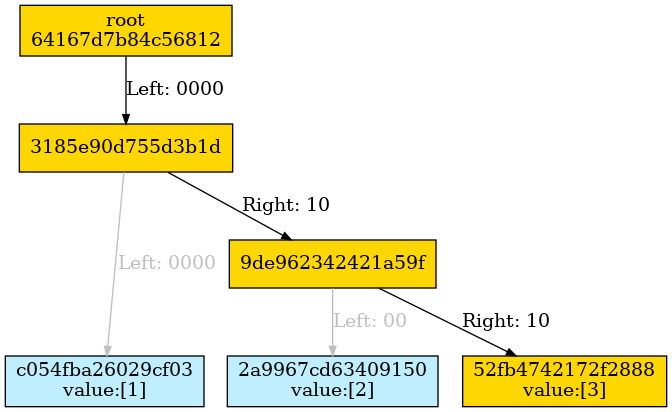
juicebox-systems/juicebox-hsm-realm keeps this Graphviz diagram as docs/merkle_tree/merge/merge_left_proof.dot.png. Above is the earlier version. Its source is kept beside it as docs/merkle_tree/merge/merge_left_proof.dot.
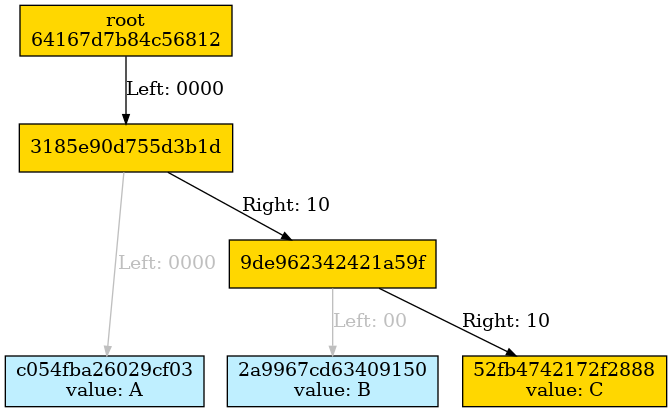
Above is the later version.

Change to the diagram source:
```diff
@@ -23,9 +23,9 @@
 Subgraph depth_256 {
 rank=same
 
-hc054fba26029cf03 [fillcolor=lightblue1 label="c054fba26029cf03\nvalue:[1]" ordering=out shape=box style=filled ];
-h2a9967cd63409150 [fillcolor=lightblue1 label="2a9967cd63409150\nvalue:[2]" ordering=out shape=box style=filled ];
-h52fb4742172f2888 [fillcolor=gold1 label="52fb4742172f2888\nvalue:[3]" ordering=out shape=box style=filled ];
+hc054fba26029cf03 [fillcolor=lightblue1 label="c054fba26029cf03\nvalue: A" ordering=out shape=box style=filled ];
+h2a9967cd63409150 [fillcolor=lightblue1 label="2a9967cd63409150\nvalue: B" ordering=out shape=box style=filled ];
+h52fb4742172f2888 [fillcolor=gold1 label="52fb4742172f2888\nvalue: C" ordering=out shape=box style=filled ];
 }
 
 
```
